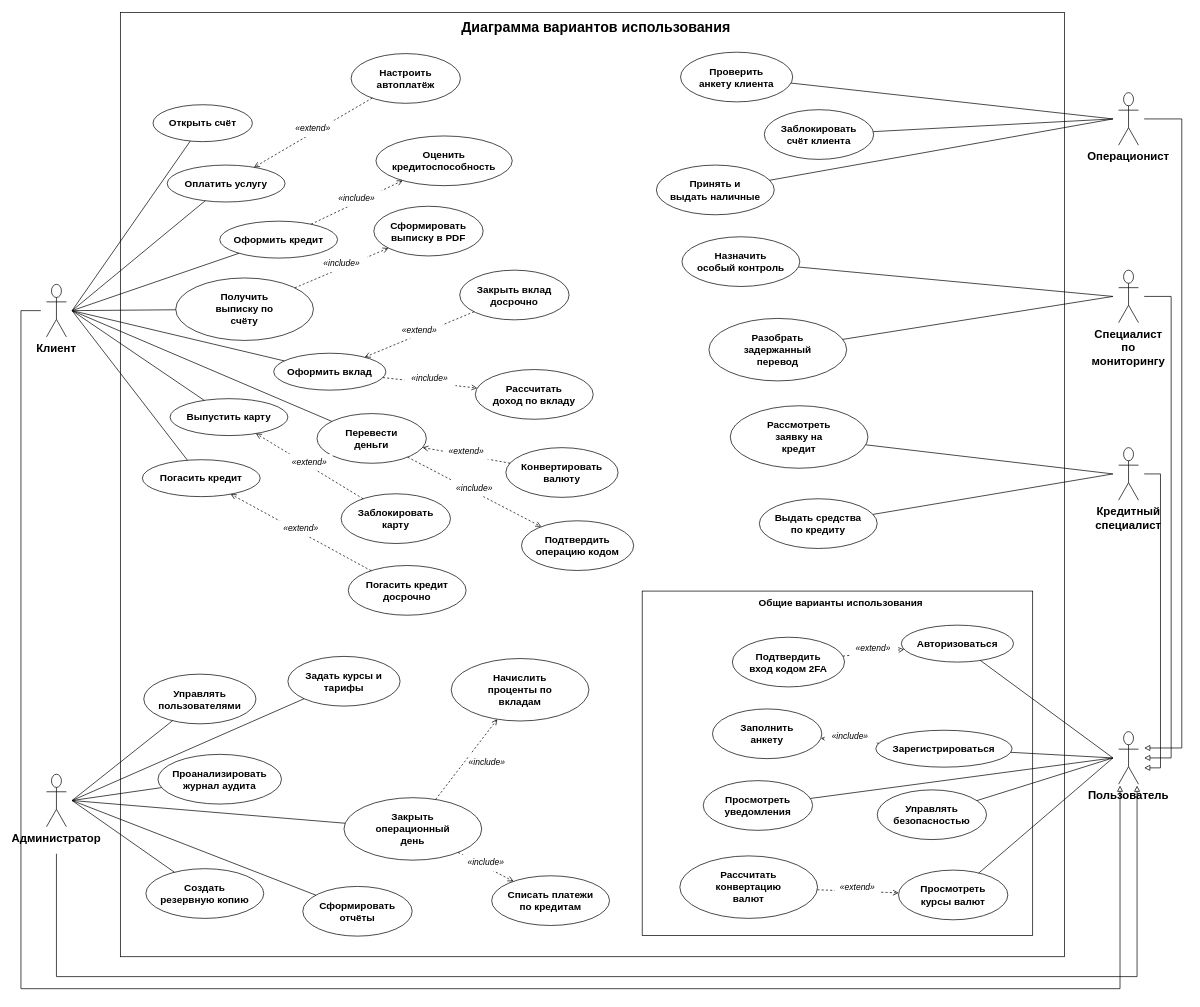
Earlier version of the draw.io diagram page "Варианты использования" (1 of 6) of docs/diagrams/views.drawio (vladmeshkov/js-course-work). Source tidied: cells renumbered, new cells numbered last; positions are measured from the earlier drawing's top-left corner, leaving out a move shared by most shapes. Both pictures are drawn from the tidied source at 71%, with x=0, y=0 at pixel (21, 12).
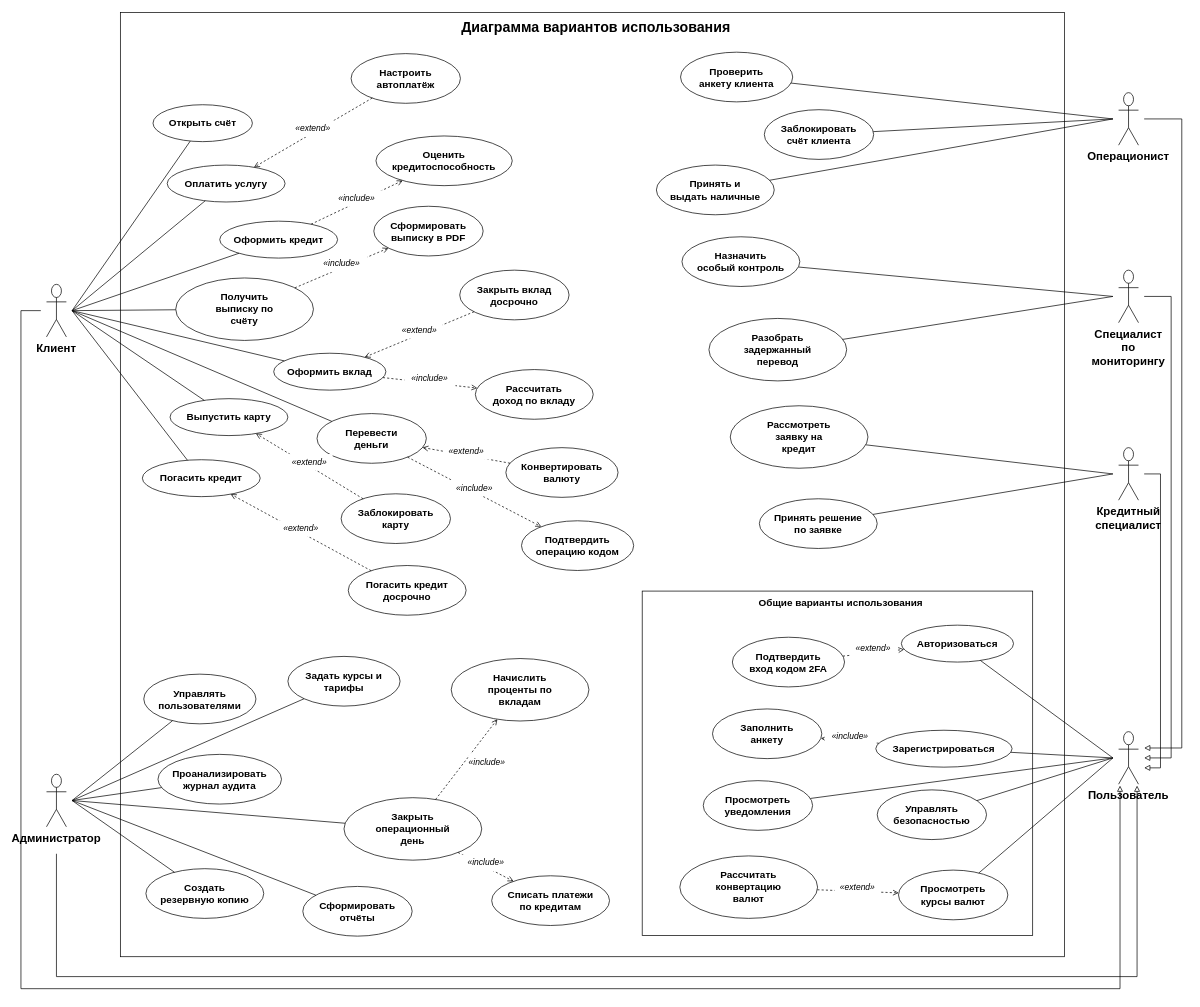
After the change.

The edit, as a diff of the source:
```diff
@@
-    <mxCell id="35" value="Выдать средства&lt;br&gt;по кредиту" style="html=1;whiteSpace=wrap;fontFamily=Arial;fontSize=14;ellipse;fillColor=#fff;strokeColor=#000;fontStyle=1;" parent="1" vertex="1">
+    <mxCell id="35" value="Принять решение&lt;br&gt;по заявке" style="html=1;whiteSpace=wrap;fontFamily=Arial;fontSize=14;ellipse;fillColor=#fff;strokeColor=#000;fontStyle=1;" parent="1" vertex="1">
       <mxGeometry x="1040" y="685" width="166" height="70" as="geometry" />
     </mxCell>
```
